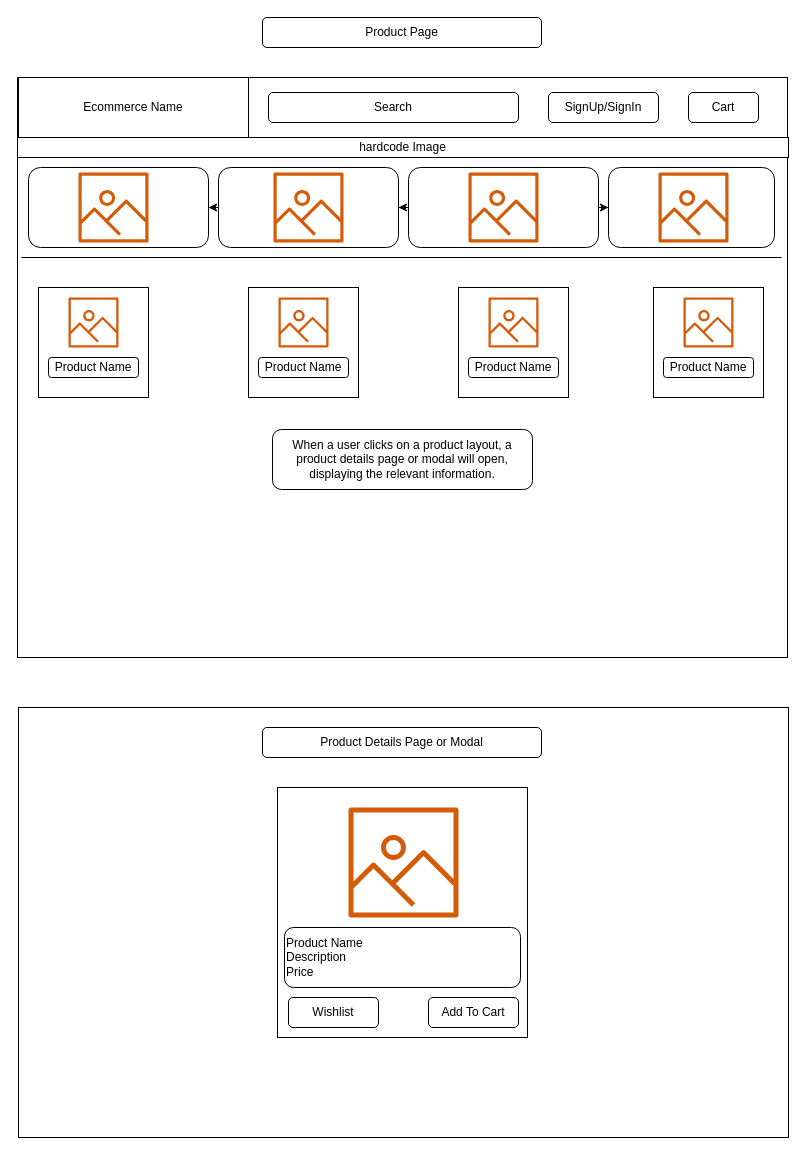
AlphacodelabsDemo/E-Commerce-App keeps this draw.io diagram as ProductPage.drawio. Above is the earlier version. Source tidied: cells renumbered, new cells numbered last; positions are measured from the earlier drawing's top-left corner, leaving out a move shared by most shapes. Both pictures are drawn from the tidied source at 100%, with x=0, y=0 at pixel (17, 17).
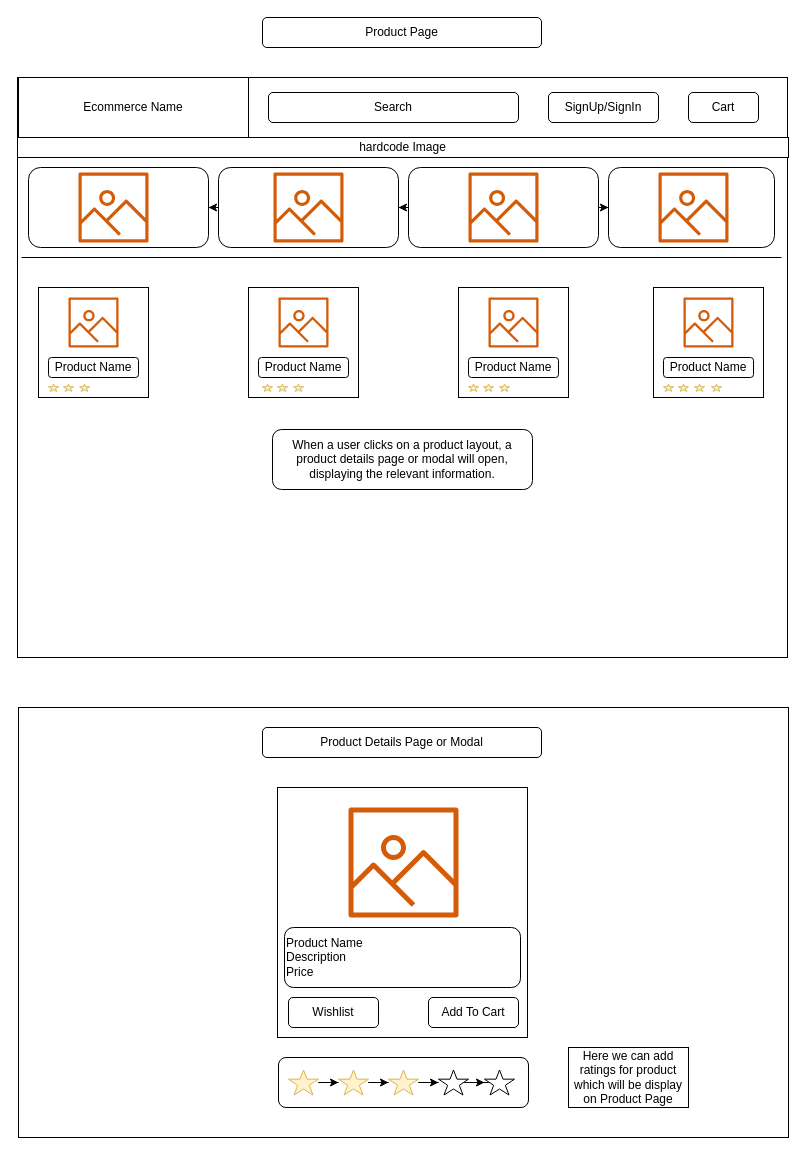
The same page after the edit.

What changed in the source:
```diff
@@
+    <mxCell id="42" style="rounded=1;whiteSpace=wrap;html=1;" parent="1" vertex="1">
+      <mxGeometry x="261" y="1040" width="250" height="50" as="geometry" />
+    </mxCell>
+    <mxCell id="43" style="edgeStyle=orthogonalEdgeStyle;rounded=0;jettySize=auto;html=1;" parent="1" edge="1" source="44" target="46">
+      <mxGeometry relative="1" as="geometry" />
+    </mxCell>
+    <mxCell id="44" style="verticalLabelPosition=bottom;verticalAlign=top;html=1;shape=mxgraph.basic.star;fillColor=#fff2cc;strokeColor=#d6b656;" parent="1" vertex="1">
+      <mxGeometry x="271" y="1052.5" width="30" height="25" as="geometry" />
+    </mxCell>
+    <mxCell id="45" style="edgeStyle=orthogonalEdgeStyle;rounded=0;jettySize=auto;html=1;" parent="1" edge="1" source="46" target="48">
+      <mxGeometry relative="1" as="geometry" />
+    </mxCell>
+    <mxCell id="46" style="verticalLabelPosition=bottom;verticalAlign=top;html=1;shape=mxgraph.basic.star;fillColor=#fff2cc;strokeColor=#d6b656;" parent="1" vertex="1">
+      <mxGeometry x="321" y="1052.5" width="30" height="25" as="geometry" />
+    </mxCell>
+    <mxCell id="47" style="edgeStyle=orthogonalEdgeStyle;rounded=0;jettySize=auto;html=1;" parent="1" edge="1" source="48" target="50">
+      <mxGeometry relative="1" as="geometry" />
+    </mxCell>
+    <mxCell id="48" style="verticalLabelPosition=bottom;verticalAlign=top;html=1;shape=mxgraph.basic.star;fillColor=#fff2cc;strokeColor=#d6b656;" parent="1" vertex="1">
+      <mxGeometry x="371" y="1052.5" width="30" height="25" as="geometry" />
+    </mxCell>
+    <mxCell id="49" style="edgeStyle=orthogonalEdgeStyle;rounded=0;jettySize=auto;html=1;" parent="1" edge="1" source="50" target="51">
+      <mxGeometry relative="1" as="geometry" />
+    </mxCell>
+    <mxCell id="50" style="verticalLabelPosition=bottom;verticalAlign=top;html=1;shape=mxgraph.basic.star;" parent="1" vertex="1">
+      <mxGeometry x="421" y="1052.5" width="30" height="25" as="geometry" />
+    </mxCell>
+    <mxCell id="51" style="verticalLabelPosition=bottom;verticalAlign=top;html=1;shape=mxgraph.basic.star;" parent="1" vertex="1">
+      <mxGeometry x="467" y="1052.5" width="30" height="25" as="geometry" />
+    </mxCell>
+    <mxCell id="52" style="verticalLabelPosition=bottom;verticalAlign=top;html=1;shape=mxgraph.basic.star;fillColor=#fff2cc;strokeColor=#d6b656;" parent="1" vertex="1">
+      <mxGeometry x="31" y="366.5" width="10" height="7.5" as="geometry" />
+    </mxCell>
+    <mxCell id="53" style="verticalLabelPosition=bottom;verticalAlign=top;html=1;shape=mxgraph.basic.star;fillColor=#fff2cc;strokeColor=#d6b656;" parent="1" vertex="1">
+      <mxGeometry x="46" y="366.5" width="10" height="7.5" as="geometry" />
+    </mxCell>
+    <mxCell id="54" style="verticalLabelPosition=bottom;verticalAlign=top;html=1;shape=mxgraph.basic.star;fillColor=#fff2cc;strokeColor=#d6b656;" parent="1" vertex="1">
+      <mxGeometry x="62" y="366.5" width="10" height="7.5" as="geometry" />
+    </mxCell>
+    <mxCell id="55" style="verticalLabelPosition=bottom;verticalAlign=top;html=1;shape=mxgraph.basic.star;fillColor=#fff2cc;strokeColor=#d6b656;" parent="1" vertex="1">
+      <mxGeometry x="245" y="366.5" width="10" height="7.5" as="geometry" />
+    </mxCell>
+    <mxCell id="56" style="verticalLabelPosition=bottom;verticalAlign=top;html=1;shape=mxgraph.basic.star;fillColor=#fff2cc;strokeColor=#d6b656;" parent="1" vertex="1">
+      <mxGeometry x="260" y="366.5" width="10" height="7.5" as="geometry" />
+    </mxCell>
+    <mxCell id="57" style="verticalLabelPosition=bottom;verticalAlign=top;html=1;shape=mxgraph.basic.star;fillColor=#fff2cc;strokeColor=#d6b656;" parent="1" vertex="1">
+      <mxGeometry x="276" y="366.5" width="10" height="7.5" as="geometry" />
+    </mxCell>
+    <mxCell id="58" style="verticalLabelPosition=bottom;verticalAlign=top;html=1;shape=mxgraph.basic.star;fillColor=#fff2cc;strokeColor=#d6b656;" parent="1" vertex="1">
+      <mxGeometry x="451" y="366.5" width="10" height="7.5" as="geometry" />
+    </mxCell>
+    <mxCell id="59" style="verticalLabelPosition=bottom;verticalAlign=top;html=1;shape=mxgraph.basic.star;fillColor=#fff2cc;strokeColor=#d6b656;" parent="1" vertex="1">
+      <mxGeometry x="466" y="366.5" width="10" height="7.5" as="geometry" />
+    </mxCell>
+    <mxCell id="60" style="verticalLabelPosition=bottom;verticalAlign=top;html=1;shape=mxgraph.basic.star;fillColor=#fff2cc;strokeColor=#d6b656;" parent="1" vertex="1">
+      <mxGeometry x="482" y="366.5" width="10" height="7.5" as="geometry" />
+    </mxCell>
+    <mxCell id="61" style="verticalLabelPosition=bottom;verticalAlign=top;html=1;shape=mxgraph.basic.star;fillColor=#fff2cc;strokeColor=#d6b656;" parent="1" vertex="1">
+      <mxGeometry x="646" y="366.5" width="10" height="7.5" as="geometry" />
+    </mxCell>
+    <mxCell id="62" style="verticalLabelPosition=bottom;verticalAlign=top;html=1;shape=mxgraph.basic.star;fillColor=#fff2cc;strokeColor=#d6b656;" parent="1" vertex="1">
+      <mxGeometry x="661" y="366.5" width="10" height="7.5" as="geometry" />
+    </mxCell>
+    <mxCell id="63" style="verticalLabelPosition=bottom;verticalAlign=top;html=1;shape=mxgraph.basic.star;fillColor=#fff2cc;strokeColor=#d6b656;" parent="1" vertex="1">
+      <mxGeometry x="677" y="366.5" width="10" height="7.5" as="geometry" />
+    </mxCell>
+    <mxCell id="64" style="verticalLabelPosition=bottom;verticalAlign=top;html=1;shape=mxgraph.basic.star;fillColor=#fff2cc;strokeColor=#d6b656;" parent="1" vertex="1">
+      <mxGeometry x="694" y="366.5" width="10" height="7.5" as="geometry" />
+    </mxCell>
+    <mxCell id="65" value="Here we can add ratings for product which will be display on Product Page" style="rounded=0;whiteSpace=wrap;html=1;" parent="1" vertex="1">
+      <mxGeometry x="551" y="1030" width="120" height="60" as="geometry" />
+    </mxCell>
```
